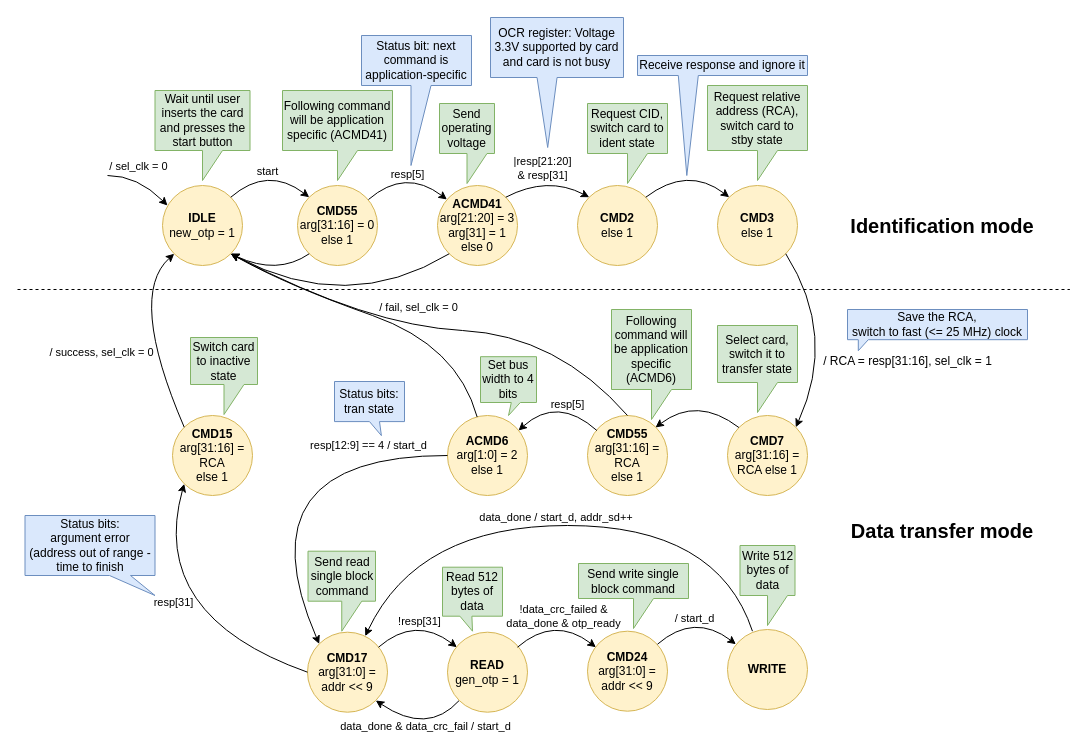
Above: docs/SD/SD_fpga_states.drawio in sirazenkov/GhostSD (draw.io), before the change. Source tidied: cells renumbered, new cells numbered last; positions are measured from the earlier drawing's top-left corner, leaving out a move shared by most shapes. Both pictures are drawn from the tidied source at 100%, with x=0, y=0 at pixel (17, 17).
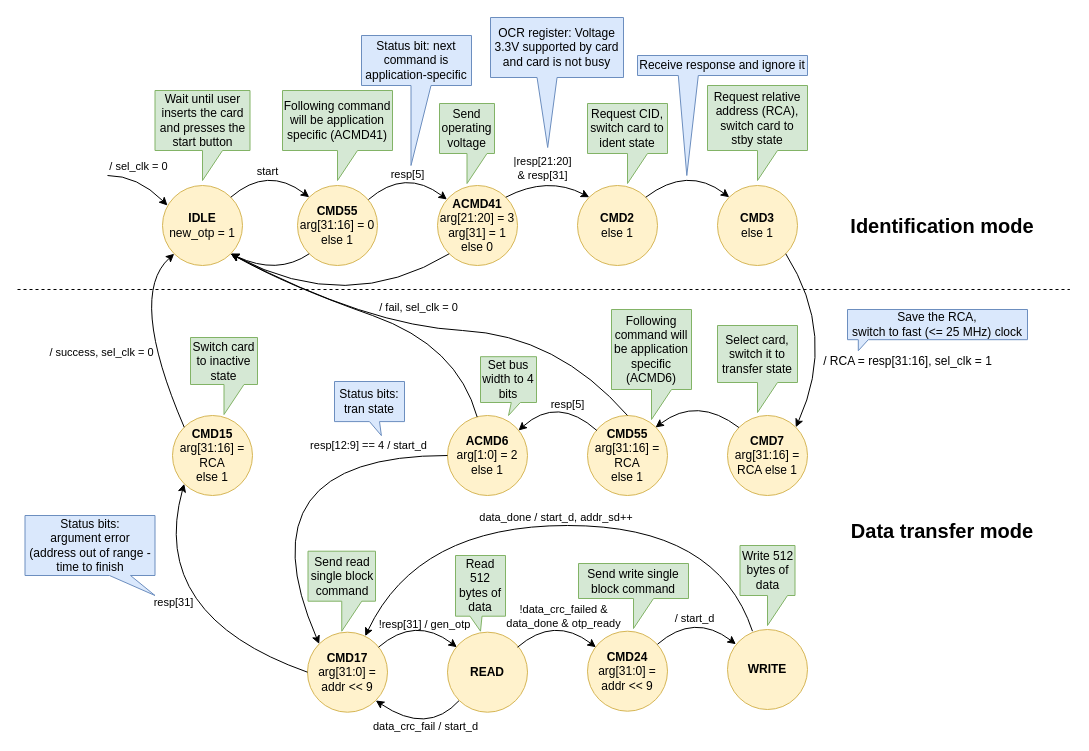
The same diagram, later.

Commit message:
Updated SD controller FSM

Unchanged cells that the change refers to:
```xml
<mxCell id="29" style="curved=1;endArrow=classic;html=1;rounded=0;entryX=0;entryY=0;entryDx=0;entryDy=0;exitX=1;exitY=0;exitDx=0;exitDy=0;" parent="1" edge="1">
  <mxGeometry relative="1" as="geometry">
    <mxPoint x="361" y="629.7" as="sourcePoint" />
    <mxPoint x="439.4" y="629.7" as="targetPoint" />
    <Array as="points">
      <mxPoint x="397.7" y="598" />
    </Array>
  </mxGeometry>
</mxCell>
<mxCell id="62" style="curved=1;endArrow=classic;html=1;rounded=0;exitX=0;exitY=1;exitDx=0;exitDy=0;entryX=1;entryY=1;entryDx=0;entryDy=0;" parent="1" edge="1" source="65" target="25">
  <mxGeometry relative="1" as="geometry">
    <Array as="points">
      <mxPoint x="410" y="718" />
    </Array>
  </mxGeometry>
</mxCell>
```

What changed in the source:
```diff
@@
-    <mxCell id="30" value="!resp[31]" style="edgeLabel;html=1;align=center;verticalAlign=middle;" parent="29" vertex="1">
+    <mxCell id="30" value="!resp[31] / gen_otp" style="edgeLabel;html=1;align=center;verticalAlign=middle;labelBackgroundColor=none;" parent="29" vertex="1">
       <mxGeometry x="-0.37" y="-7" relative="1" as="geometry">
-        <mxPoint x="12" y="-11" as="offset" />
+        <mxPoint x="17" y="-8" as="offset" />
       </mxGeometry>
     </mxCell>
@@
-    <mxCell id="63" value="data_done &amp;amp; data_crc_fail / start_d" style="edgeLabel;html=1;align=center;verticalAlign=middle;" parent="62" vertex="1">
+    <mxCell id="63" value="data_crc_fail / start_d" style="edgeLabel;html=1;align=center;verticalAlign=middle;" parent="62" vertex="1">
       <mxGeometry x="-0.59" y="-2" relative="1" as="geometry">
         <mxPoint x="-18" y="11" as="offset" />
       </mxGeometry>
     </mxCell>
     <mxCell id="64" value="Read 512 bytes of data" style="shape=callout;whiteSpace=wrap;html=1;perimeter=calloutPerimeter;fillColor=#d5e8d4;strokeColor=#82b366;size=15;position=0.29;base=12;" parent="1" vertex="1">
-      <mxGeometry x="425" y="549.7" width="60" height="64" as="geometry" />
+      <mxGeometry x="438" y="538" width="50" height="75.7" as="geometry" />
     </mxCell>
-    <mxCell id="65" value="&lt;b&gt;READ&lt;/b&gt;&lt;br&gt;gen_otp = 1" style="ellipse;whiteSpace=wrap;html=1;fillColor=#fff2cc;strokeColor=#d6b656;" parent="1" vertex="1">
+    <mxCell id="65" value="&lt;b&gt;READ&lt;/b&gt;" style="ellipse;whiteSpace=wrap;html=1;fillColor=#fff2cc;strokeColor=#d6b656;" parent="1" vertex="1">
       <mxGeometry x="430" y="614.7" width="80" height="80" as="geometry" />
     </mxCell>
```
